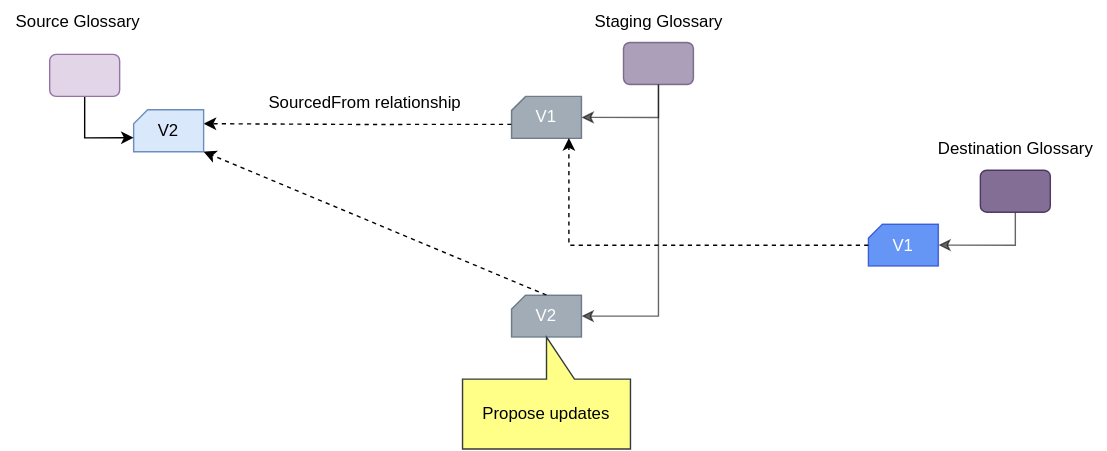
The draw.io diagram site/docs/services/omvs/glossary-workflow/rolling-staging-glossary-5.svg in odpi/egeria-docs, before a commit. Source tidied: cells renumbered, new cells last; positions are measured from the earlier drawing's top-left corner, leaving out a move shared by most shapes.
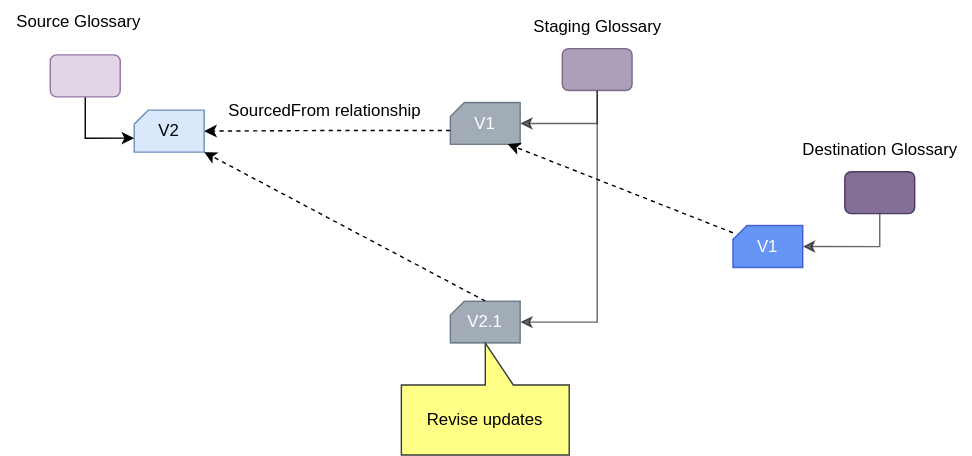
The same diagram one commit later.

Diff of the diagram source:
```diff
@@ -6,51 +6,49 @@
       <mxGeometry relative="1" as="geometry" />
     </mxCell>
     <mxCell id="3" style="rounded=1;whiteSpace=wrap;html=1;fillColor=#76608a;fontColor=#ffffff;strokeColor=#432D57;opacity=60;" parent="1" vertex="1">
-      <mxGeometry x="445" y="29.8" width="50" height="30" as="geometry" />
+      <mxGeometry x="445" y="392.2" width="50" height="30" as="geometry" />
     </mxCell>
-    <mxCell id="4" style="edgeStyle=orthogonalEdgeStyle;rounded=0;jettySize=auto;html=1;exitX=0;exitY=0;exitDx=0;exitDy=20;exitPerimeter=0;dashed=1;" parent="1" edge="1" source="5">
-      <mxGeometry relative="1" as="geometry">
-        <mxPoint x="145" y="87.8" as="targetPoint" />
-      </mxGeometry>
+    <mxCell id="4" style="edgeStyle=orthogonalEdgeStyle;rounded=0;jettySize=auto;html=1;exitX=0;exitY=0;exitDx=0;exitDy=20;exitPerimeter=0;dashed=1;entryX=1;entryY=0.5;entryDx=0;entryDy=0;entryPerimeter=0;" parent="1" edge="1" source="5" target="6">
+      <mxGeometry relative="1" as="geometry" />
     </mxCell>
     <mxCell id="5" value="V1" style="shape=card;whiteSpace=wrap;html=1;size=10;fillColor=#647687;strokeColor=#314354;fontColor=#ffffff;opacity=60;" parent="1" vertex="1">
-      <mxGeometry x="365" y="68.2" width="50" height="30" as="geometry" />
+      <mxGeometry x="365" y="430.8" width="50" height="30" as="geometry" />
     </mxCell>
     <mxCell id="6" value="V2" style="shape=card;whiteSpace=wrap;html=1;size=10;fillColor=#dae8fc;strokeColor=#6c8ebf;" parent="1" vertex="1">
-      <mxGeometry x="95" y="77.8" width="50" height="30" as="geometry" />
+      <mxGeometry x="139" y="436.2" width="50" height="30" as="geometry" />
     </mxCell>
     <mxCell id="7" style="edgeStyle=orthogonalEdgeStyle;rounded=0;jettySize=auto;html=1;exitX=0.5;exitY=1;exitDx=0;exitDy=0;entryX=0;entryY=0;entryDx=0;entryDy=20;entryPerimeter=0;" parent="1" edge="1" source="8" target="6">
       <mxGeometry relative="1" as="geometry" />
     </mxCell>
     <mxCell id="8" style="rounded=1;whiteSpace=wrap;html=1;fillColor=#e1d5e7;strokeColor=#9673a6;" parent="1" vertex="1">
-      <mxGeometry x="35" y="38.2" width="50" height="30" as="geometry" />
+      <mxGeometry x="79" y="396.8" width="50" height="30" as="geometry" />
     </mxCell>
     <mxCell id="9" value="Source Glossary" style="text;html=1;align=center;verticalAlign=middle;strokeColor=none;fillColor=none;" parent="1" vertex="1">
-      <mxGeometry y="-0.2" width="110" height="30" as="geometry" />
+      <mxGeometry x="44" y="358.2" width="110" height="30" as="geometry" />
     </mxCell>
     <mxCell id="10" value="Staging Glossary" style="text;html=1;align=center;verticalAlign=middle;strokeColor=none;fillColor=none;" parent="1" vertex="1">
-      <mxGeometry x="415" y="-0.2" width="110" height="30" as="geometry" />
+      <mxGeometry x="415" y="362.2" width="110" height="30" as="geometry" />
     </mxCell>
     <mxCell id="11" value="SourcedFrom relationship" style="text;html=1;align=center;verticalAlign=middle;strokeColor=none;fillColor=none;" parent="1" vertex="1">
-      <mxGeometry x="180" y="57.8" width="160" height="30" as="geometry" />
+      <mxGeometry x="195" y="422.2" width="160" height="30" as="geometry" />
     </mxCell>
     <mxCell id="12" style="edgeStyle=orthogonalEdgeStyle;rounded=0;jettySize=auto;html=1;exitX=0.5;exitY=1;exitDx=0;exitDy=0;entryX=1;entryY=0.5;entryDx=0;entryDy=0;entryPerimeter=0;opacity=60;" parent="1" edge="1" source="13" target="15">
       <mxGeometry relative="1" as="geometry" />
     </mxCell>
     <mxCell id="13" style="rounded=1;whiteSpace=wrap;html=1;fillColor=#76608a;fontColor=#ffffff;strokeColor=#432D57;opacity=90;" parent="1" vertex="1">
-      <mxGeometry x="700" y="121" width="50" height="30" as="geometry" />
+      <mxGeometry x="647" y="480.2" width="50" height="30" as="geometry" />
     </mxCell>
-    <mxCell id="14" style="edgeStyle=orthogonalEdgeStyle;rounded=0;jettySize=auto;html=1;dashed=1;entryX=0.82;entryY=0.992;entryDx=0;entryDy=0;entryPerimeter=0;" parent="1" edge="1" source="15" target="5">
+    <mxCell id="14" style="rounded=0;jettySize=auto;html=1;dashed=1;entryX=0.82;entryY=0.992;entryDx=0;entryDy=0;entryPerimeter=0;" parent="1" edge="1" source="15" target="5">
       <mxGeometry relative="1" as="geometry" />
     </mxCell>
     <mxCell id="15" value="V1" style="shape=card;whiteSpace=wrap;html=1;size=10;fillColor=#0050ef;strokeColor=#001DBC;fontColor=#ffffff;opacity=60;" parent="1" vertex="1">
-      <mxGeometry x="620" y="159.5" width="50" height="30" as="geometry" />
+      <mxGeometry x="567" y="518.8" width="50" height="30" as="geometry" />
     </mxCell>
     <mxCell id="16" value="Destination Glossary" style="text;html=1;align=center;verticalAlign=middle;strokeColor=none;fillColor=none;" parent="1" vertex="1">
-      <mxGeometry x="660" y="91" width="130" height="30" as="geometry" />
+      <mxGeometry x="607" y="450.2" width="130" height="30" as="geometry" />
     </mxCell>
-    <mxCell id="17" value="Propose updates" style="shape=callout;whiteSpace=wrap;html=1;perimeter=calloutPerimeter;fillColor=#ffff88;strokeColor=#36393d;flipV=1;" parent="1" vertex="1">
-      <mxGeometry x="330" y="240.2" width="120" height="80" as="geometry" />
+    <mxCell id="17" value="Revise updates" style="shape=callout;whiteSpace=wrap;html=1;perimeter=calloutPerimeter;fillColor=#ffff88;strokeColor=#36393d;flipV=1;" parent="1" vertex="1">
+      <mxGeometry x="330" y="602.8" width="120" height="80" as="geometry" />
     </mxCell>
     <mxCell id="18" style="edgeStyle=orthogonalEdgeStyle;rounded=0;jettySize=auto;html=1;exitX=0.5;exitY=1;exitDx=0;exitDy=0;entryX=1;entryY=0.5;entryDx=0;entryDy=0;entryPerimeter=0;opacity=60;" parent="1" edge="1" source="3" target="20">
       <mxGeometry relative="1" as="geometry" />
@@ -58,8 +56,8 @@
     <mxCell id="19" style="rounded=0;jettySize=auto;html=1;exitX=0.5;exitY=0;exitDx=0;exitDy=0;exitPerimeter=0;dashed=1;entryX=1;entryY=1;entryDx=0;entryDy=0;entryPerimeter=0;" parent="1" edge="1" source="20" target="6">
       <mxGeometry relative="1" as="geometry" />
     </mxCell>
-    <mxCell id="20" value="V2" style="shape=card;whiteSpace=wrap;html=1;size=10;fillColor=#647687;strokeColor=#314354;fontColor=#ffffff;opacity=60;" parent="1" vertex="1">
-      <mxGeometry x="365" y="210.2" width="50" height="30" as="geometry" />
+    <mxCell id="20" value="V2.1" style="shape=card;whiteSpace=wrap;html=1;size=10;fillColor=#647687;strokeColor=#314354;fontColor=#ffffff;opacity=60;" parent="1" vertex="1">
+      <mxGeometry x="365" y="572.8" width="50" height="30" as="geometry" />
     </mxCell>
   </root>
 </mxGraphModel>
```
